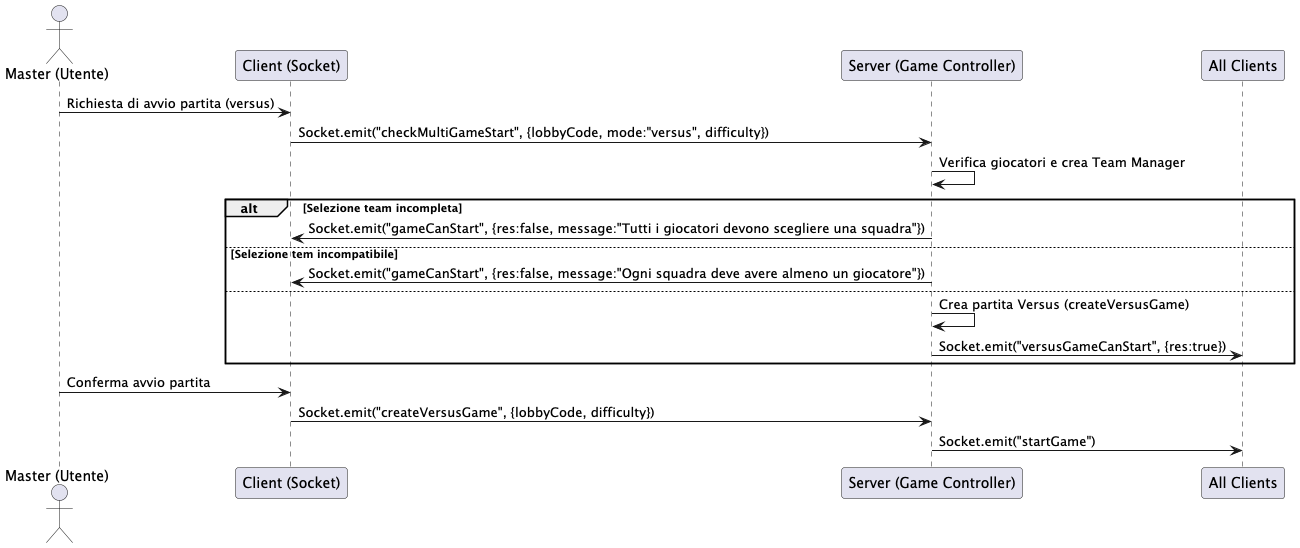
Above: sudokoop/UMLs/esports/MultiplayerVersusStart.png in alexsiroli/Sudokoop (PlantUML), before the change. Its diagram source:
```plantuml
@startuml MultiplayerVersusStart
actor "Master (Utente)" as M
participant "Client (Socket)" as C
participant "Server (Game Controller)" as S
participant "All Clients" as AC

M -> C : Richiesta di avvio partita (versus)
C -> S : Socket.emit("checkMultiGameStart", {lobbyCode, mode:"versus", difficulty})
S -> S : Verifica giocatori e crea Team Manager
alt Selezione team incompleta
    S -> C : Socket.emit("gameCanStart", {res:false, message:"Tutti i giocatori devono scegliere una squadra"})
else Selezione tem incompatibile
        S -> C : Socket.emit("gameCanStart", {res:false, message:"Ogni squadra deve avere almeno un giocatore"})

else
    S -> S : Crea partita Versus (createVersusGame)
    S -> AC : Socket.emit("versusGameCanStart", {res:true})
end
M -> C : Conferma avvio partita
C -> S : Socket.emit("createVersusGame", {lobbyCode, difficulty})
S -> AC : Socket.emit("startGame")
@enduml
```
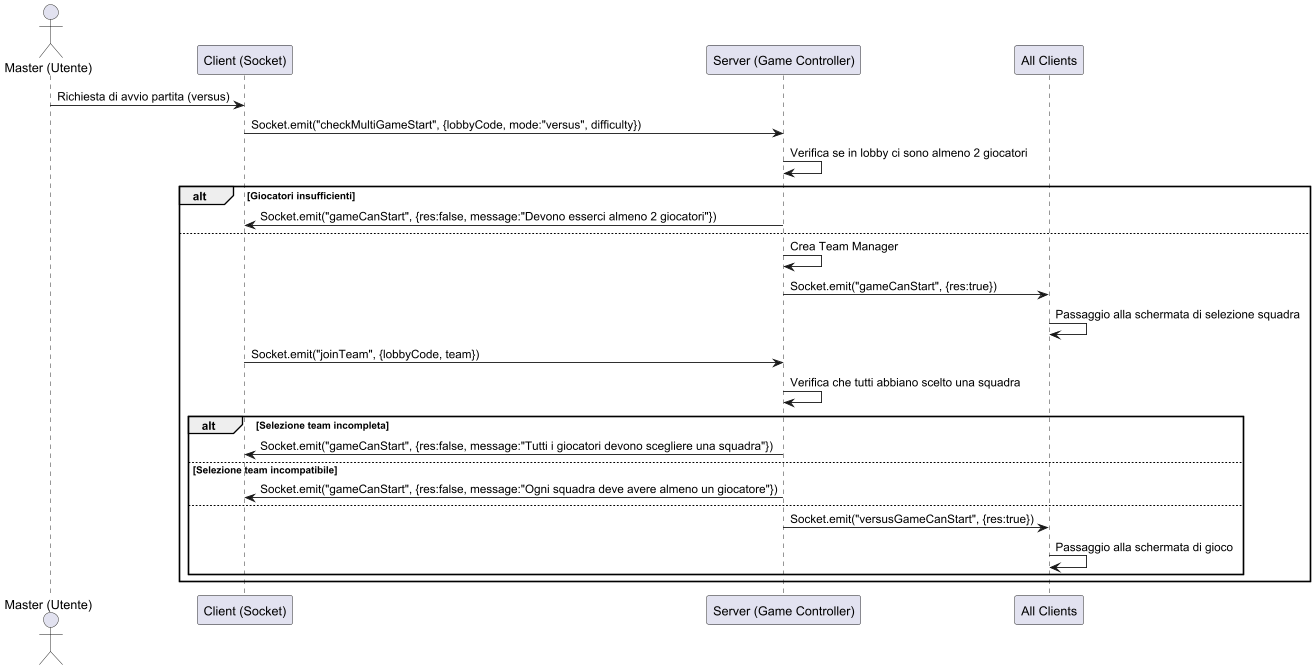
After the commit.

Commit message:
added and modified uml schema

What changed in the source:
```diff
@@ -6,17 +6,26 @@
 
 M -> C : Richiesta di avvio partita (versus)
 C -> S : Socket.emit("checkMultiGameStart", {lobbyCode, mode:"versus", difficulty})
-S -> S : Verifica giocatori e crea Team Manager
-alt Selezione team incompleta
-    S -> C : Socket.emit("gameCanStart", {res:false, message:"Tutti i giocatori devono scegliere una squadra"})
-else Selezione tem incompatibile
+
+S -> S : Verifica se in lobby ci sono almeno 2 giocatori
+alt Giocatori insufficienti
+    S -> C : Socket.emit("gameCanStart", {res:false, message:"Devono esserci almeno 2 giocatori"})
+else
+    S -> S : Crea Team Manager
+    S -> AC : Socket.emit("gameCanStart", {res:true})
+    AC -> AC : Passaggio alla schermata di selezione squadra
+
+    C -> S : Socket.emit("joinTeam", {lobbyCode, team})
+
+    S -> S : Verifica che tutti abbiano scelto una squadra
+    alt Selezione team incompleta
+        S -> C : Socket.emit("gameCanStart", {res:false, message:"Tutti i giocatori devono scegliere una squadra"})
+    else Selezione team incompatibile
         S -> C : Socket.emit("gameCanStart", {res:false, message:"Ogni squadra deve avere almeno un giocatore"})
+    else
+        S -> AC : Socket.emit("versusGameCanStart", {res:true})
+        AC -> AC : Passaggio alla schermata di gioco
+    end
+end
 
-else
-    S -> S : Crea partita Versus (createVersusGame)
-    S -> AC : Socket.emit("versusGameCanStart", {res:true})
-end
-M -> C : Conferma avvio partita
-C -> S : Socket.emit("createVersusGame", {lobbyCode, difficulty})
-S -> AC : Socket.emit("startGame")
 @enduml
```
